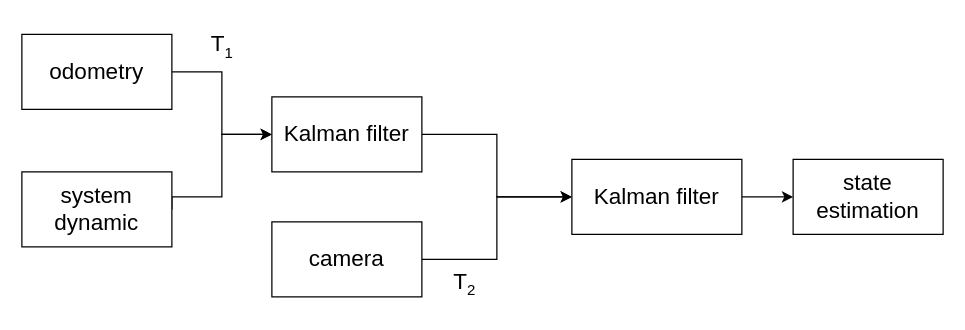
Before: pics/block diagram/workflow_EKF.drawio in kemosabe564/simulation, a draw.io diagram. Source tidied: cells renumbered, new cells numbered last; positions are measured from the earlier drawing's top-left corner, leaving out a move shared by most shapes. Both pictures are drawn from the tidied source at 125%, with x=0, y=0 at pixel (21, 21).
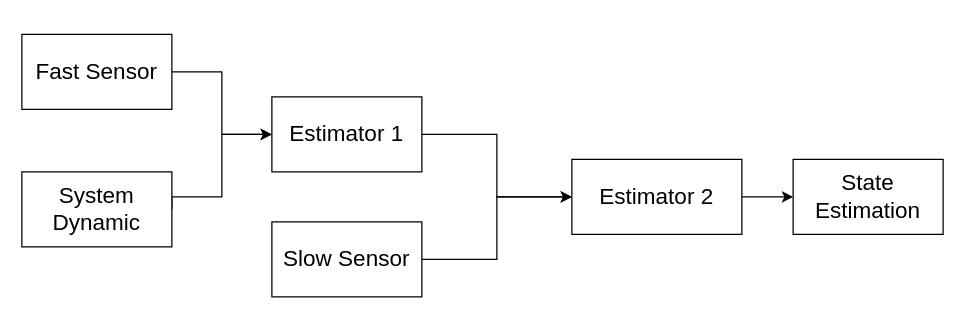
The same page after the edit.

Diff of the diagram source:
```diff
@@
 <mxGraphModel>
   <root>
     <mxCell id="0" />
     <mxCell id="1" parent="0" />
     <mxCell id="2" style="edgeStyle=orthogonalEdgeStyle;rounded=0;jettySize=auto;html=1;exitX=1;exitY=0.5;exitDx=0;exitDy=0;fontSize=18;entryX=0;entryY=0.5;entryDx=0;entryDy=0;" parent="1" edge="1" source="3" target="9">
       <mxGeometry relative="1" as="geometry">
         <Array as="points">
           <mxPoint x="120" y="140" />
           <mxPoint x="160" y="140" />
           <mxPoint x="160" y="90" />
         </Array>
       </mxGeometry>
     </mxCell>
-    <mxCell id="3" value="&lt;font style=&quot;font-size: 18px;&quot;&gt;system dynamic&lt;/font&gt;" style="rounded=0;whiteSpace=wrap;html=1;" parent="1" vertex="1">
+    <mxCell id="3" value="&lt;font style=&quot;font-size: 18px;&quot;&gt;System Dynamic&lt;/font&gt;" style="rounded=0;whiteSpace=wrap;html=1;" parent="1" vertex="1">
       <mxGeometry y="120" width="120" height="60" as="geometry" />
     </mxCell>
     <mxCell id="4" style="edgeStyle=orthogonalEdgeStyle;rounded=0;jettySize=auto;html=1;exitX=1;exitY=0.5;exitDx=0;exitDy=0;entryX=0;entryY=0.5;entryDx=0;entryDy=0;fontSize=18;" parent="1" edge="1" source="5" target="9">
       <mxGeometry relative="1" as="geometry" />
     </mxCell>
-    <mxCell id="5" value="odometry" style="rounded=0;whiteSpace=wrap;html=1;fontSize=18;" parent="1" vertex="1">
+    <mxCell id="5" value="Fast Sensor" style="rounded=0;whiteSpace=wrap;html=1;fontSize=18;" parent="1" vertex="1">
       <mxGeometry y="10" width="120" height="60" as="geometry" />
     </mxCell>
     <mxCell id="6" style="edgeStyle=orthogonalEdgeStyle;rounded=0;jettySize=auto;html=1;exitX=1;exitY=0.5;exitDx=0;exitDy=0;fontSize=18;entryX=0;entryY=0.5;entryDx=0;entryDy=0;" parent="1" edge="1" source="7" target="11">
       <mxGeometry relative="1" as="geometry" />
     </mxCell>
-    <mxCell id="7" value="camera" style="rounded=0;whiteSpace=wrap;html=1;fontSize=18;" parent="1" vertex="1">
+    <mxCell id="7" value="Slow Sensor" style="rounded=0;whiteSpace=wrap;html=1;fontSize=18;" parent="1" vertex="1">
       <mxGeometry x="200" y="160" width="120" height="60" as="geometry" />
     </mxCell>
     <mxCell id="8" style="edgeStyle=orthogonalEdgeStyle;rounded=0;jettySize=auto;html=1;exitX=1;exitY=0.5;exitDx=0;exitDy=0;entryX=0;entryY=0.5;entryDx=0;entryDy=0;fontSize=18;" parent="1" edge="1" source="9" target="11">
       <mxGeometry relative="1" as="geometry" />
     </mxCell>
-    <mxCell id="9" value="Kalman filter" style="rounded=0;whiteSpace=wrap;html=1;fontSize=18;" parent="1" vertex="1">
+    <mxCell id="9" value="Estimator 1" style="rounded=0;whiteSpace=wrap;html=1;fontSize=18;" parent="1" vertex="1">
       <mxGeometry x="200" y="60" width="120" height="60" as="geometry" />
     </mxCell>
     <mxCell id="10" style="edgeStyle=orthogonalEdgeStyle;rounded=0;jettySize=auto;html=1;exitX=1;exitY=0.5;exitDx=0;exitDy=0;entryX=0;entryY=0.5;entryDx=0;entryDy=0;fontSize=18;" parent="1" edge="1" source="11" target="14">
       <mxGeometry relative="1" as="geometry" />
     </mxCell>
-    <mxCell id="11" value="Kalman filter" style="rounded=0;whiteSpace=wrap;html=1;fontSize=18;" parent="1" vertex="1">
+    <mxCell id="11" value="Estimator 2" style="rounded=0;whiteSpace=wrap;html=1;fontSize=18;" parent="1" vertex="1">
       <mxGeometry x="440" y="110" width="136" height="60" as="geometry" />
     </mxCell>
-    <mxCell id="12" value="T&lt;sub&gt;&lt;font style=&quot;font-size: 12px;&quot;&gt;1&lt;/font&gt;&lt;/sub&gt;" style="text;html=1;align=center;verticalAlign=middle;strokeColor=none;fillColor=none;fontSize=18;" parent="1" vertex="1">
-      <mxGeometry x="140" width="40" height="40" as="geometry" />
-    </mxCell>
-    <mxCell id="13" value="T&lt;sub&gt;&lt;font style=&quot;font-size: 12px;&quot;&gt;2&lt;/font&gt;&lt;/sub&gt;" style="text;html=1;align=center;verticalAlign=middle;strokeColor=none;fillColor=none;fontSize=18;" parent="1" vertex="1">
-      <mxGeometry x="334" y="190" width="40" height="40" as="geometry" />
-    </mxCell>
-    <mxCell id="14" value="&lt;font style=&quot;font-size: 18px;&quot;&gt;state estimation&lt;/font&gt;" style="rounded=0;whiteSpace=wrap;html=1;fontSize=12;" parent="1" vertex="1">
+    <mxCell id="14" value="&lt;font style=&quot;font-size: 18px;&quot;&gt;State Estimation&lt;/font&gt;" style="rounded=0;whiteSpace=wrap;html=1;fontSize=12;" parent="1" vertex="1">
       <mxGeometry x="617" y="110" width="120" height="60" as="geometry" />
     </mxCell>
   </root>
 </mxGraphModel>
```
